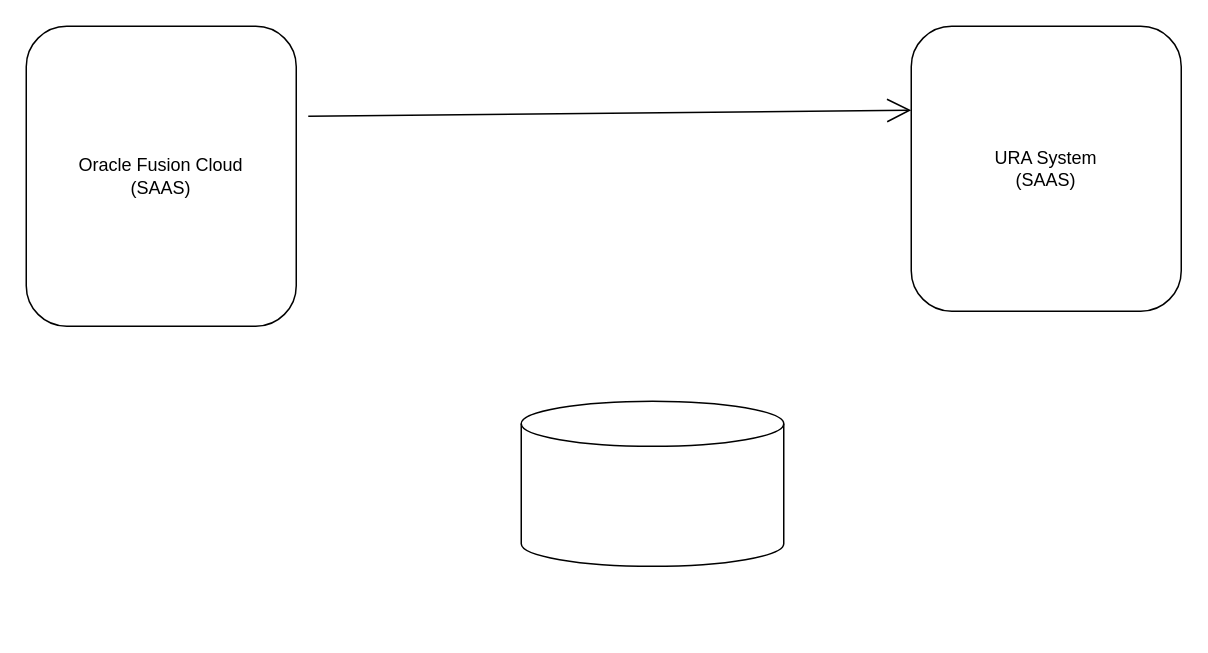
anantwag19/Workspace keeps this draw.io diagram as Credit/MTN_Presentation.drawio. Above is the earlier version. Source tidied: cells renumbered, new cells numbered last; positions are measured from the earlier drawing's top-left corner, leaving out a move shared by most shapes. Both pictures are drawn from the tidied source at 150%, with x=0, y=0 at pixel (26, 26).
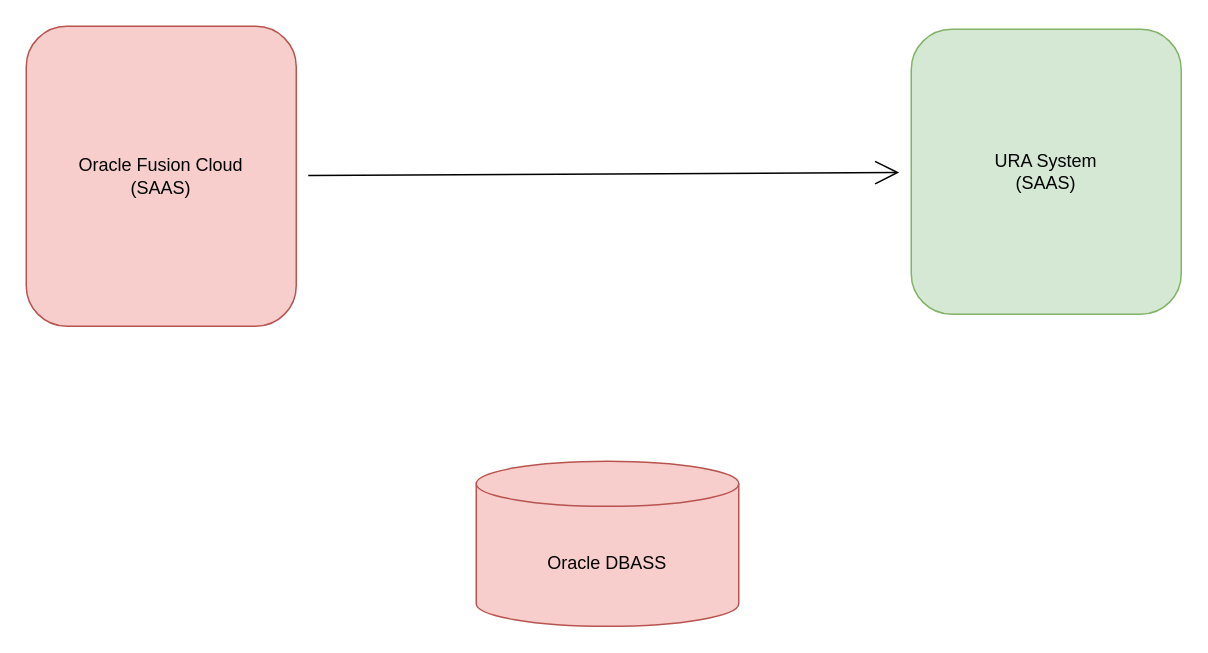
After the change.

What changed in the source:
```diff
@@
 <mxGraphModel>
   <root>
     <mxCell id="0" />
     <mxCell id="1" parent="0" />
-    <mxCell id="2" style="edgeStyle=none;curved=1;rounded=0;orthogonalLoop=1;jettySize=auto;html=1;entryX=0;entryY=0.5;entryDx=0;entryDy=0;endArrow=open;startSize=14;endSize=14;sourcePerimeterSpacing=8;targetPerimeterSpacing=8;" parent="1" edge="1">
-      <mxGeometry relative="1" as="geometry">
-        <mxPoint x="188" y="60" as="sourcePoint" />
-        <mxPoint x="590" y="56" as="targetPoint" />
-      </mxGeometry>
-    </mxCell>
+    <mxCell id="6" style="edgeStyle=none;curved=1;rounded=0;jettySize=auto;html=1;endArrow=open;startSize=14;endSize=14;sourcePerimeterSpacing=8;targetPerimeterSpacing=8;" parent="1" edge="1" source="3" target="4">
+      <mxGeometry relative="1" as="geometry" />
+    </mxCell>
-    <mxCell id="3" value="&lt;div&gt;Oracle Fusion Cloud &lt;br&gt;&lt;/div&gt;&lt;div&gt;(SAAS)&lt;br&gt;&lt;/div&gt;" style="rounded=1;whiteSpace=wrap;html=1;hachureGap=4;" parent="1" vertex="1">
+    <mxCell id="3" value="&lt;div&gt;Oracle Fusion Cloud &lt;br&gt;&lt;/div&gt;&lt;div&gt;(SAAS)&lt;br&gt;&lt;/div&gt;" style="rounded=1;whiteSpace=wrap;html=1;hachureGap=4;fillColor=#f8cecc;strokeColor=#b85450;" parent="1" vertex="1">
       <mxGeometry width="180" height="200" as="geometry" />
     </mxCell>
-    <mxCell id="4" value="&lt;div&gt;URA System &lt;br&gt;&lt;/div&gt;&lt;div&gt;(SAAS)&lt;br&gt;&lt;/div&gt;" style="rounded=1;whiteSpace=wrap;html=1;hachureGap=4;" parent="1" vertex="1">
-      <mxGeometry x="590" width="180" height="190" as="geometry" />
+    <mxCell id="4" value="&lt;div&gt;URA System &lt;br&gt;&lt;/div&gt;&lt;div&gt;(SAAS)&lt;br&gt;&lt;/div&gt;" style="rounded=1;whiteSpace=wrap;html=1;hachureGap=4;fillColor=#d5e8d4;strokeColor=#82b366;" parent="1" vertex="1">
+      <mxGeometry x="590" y="2" width="180" height="190" as="geometry" />
     </mxCell>
-    <mxCell id="5" style="shape=cylinder3;whiteSpace=wrap;html=1;boundedLbl=1;backgroundOutline=1;size=15;hachureGap=4;" parent="1" vertex="1">
-      <mxGeometry x="330" y="250" width="175" height="110" as="geometry" />
+    <mxCell id="5" value="Oracle DBASS" style="shape=cylinder3;whiteSpace=wrap;html=1;boundedLbl=1;backgroundOutline=1;size=15;hachureGap=4;fillColor=#f8cecc;strokeColor=#b85450;" parent="1" vertex="1">
+      <mxGeometry x="300" y="290" width="175" height="110" as="geometry" />
     </mxCell>
   </root>
 </mxGraphModel>
```
